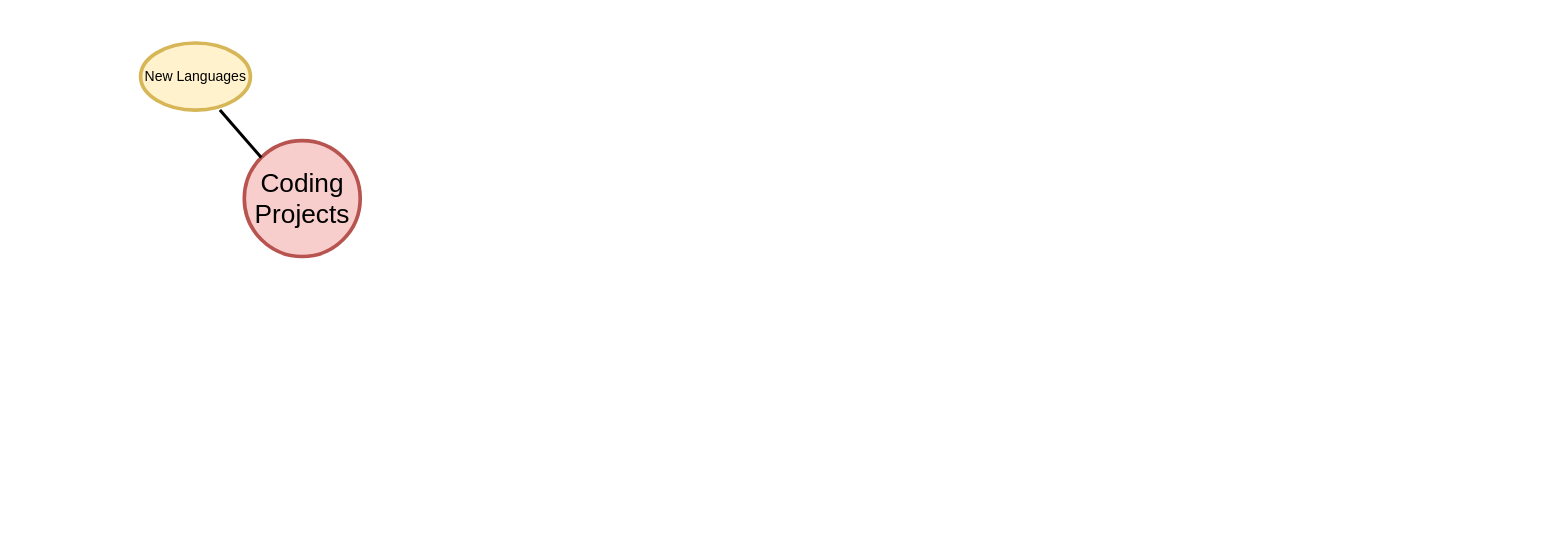
owen-jordan/central-repo keeps this draw.io diagram as Central Diagram.drawio. Above is the earlier version. Source tidied: cells renumbered, new cells numbered last; positions are measured from the earlier drawing's top-left corner, leaving out a move shared by most shapes. Both pictures are drawn from the tidied source at 61%, with x=0, y=0 at pixel (140, 43).
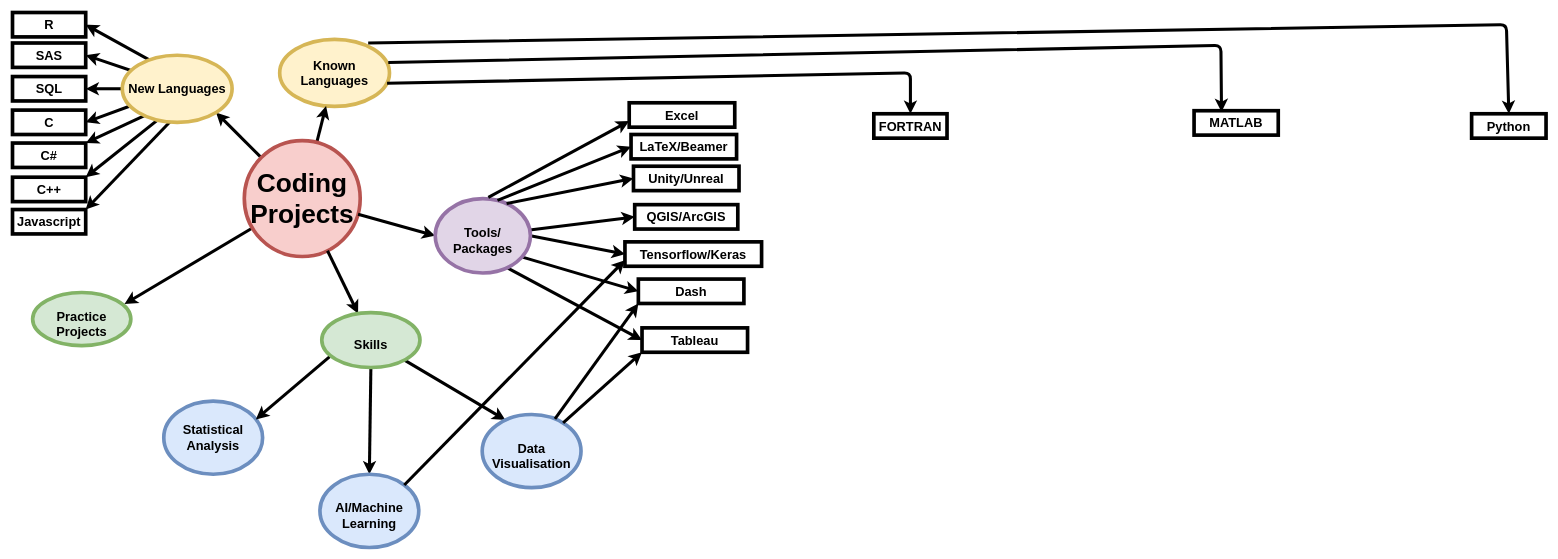
After the change.

Change to the diagram source:
```diff
@@
+    <mxCell id="5" value="&lt;b&gt;&lt;font style=&quot;font-size: 21px&quot;&gt;SAS&lt;/font&gt;&lt;/b&gt;" style="rounded=0;whiteSpace=wrap;html=1;strokeWidth=6;" parent="1" vertex="1">
+      <mxGeometry x="-210" width="120" height="40" as="geometry" />
+    </mxCell>
+    <mxCell id="6" style="endArrow=classic;html=1;strokeWidth=5;entryX=1;entryY=1;entryDx=0;entryDy=0;" parent="1" edge="1" source="2" target="3">
+      <mxGeometry relative="1" as="geometry" />
+    </mxCell>
+    <mxCell id="7" style="endArrow=classic;html=1;strokeWidth=5;exitX=0.194;exitY=0.291;exitDx=0;exitDy=0;entryX=1;entryY=0.5;entryDx=0;entryDy=0;exitPerimeter=0;" parent="1" edge="1" source="3" target="5">
+      <mxGeometry relative="1" as="geometry" />
+    </mxCell>
+    <mxCell id="8" value="&lt;b&gt;&lt;font style=&quot;font-size: 21px&quot;&gt;SQL&lt;/font&gt;&lt;/b&gt;" style="rounded=0;whiteSpace=wrap;html=1;strokeWidth=6;" parent="1" vertex="1">
+      <mxGeometry x="-210" y="55" width="120" height="40" as="geometry" />
+    </mxCell>
+    <mxCell id="9" style="endArrow=classic;html=1;strokeWidth=5;entryX=1;entryY=0.5;entryDx=0;entryDy=0;" parent="1" edge="1" source="3" target="8">
+      <mxGeometry relative="1" as="geometry" />
+    </mxCell>
+    <mxCell id="10" value="&lt;font size=&quot;1&quot;&gt;&lt;b style=&quot;font-size: 21px&quot;&gt;C&lt;/b&gt;&lt;/font&gt;" style="rounded=0;whiteSpace=wrap;html=1;strokeWidth=6;" parent="1" vertex="1">
+      <mxGeometry x="-210" y="110" width="120" height="40" as="geometry" />
+    </mxCell>
+    <mxCell id="11" style="endArrow=classic;html=1;strokeWidth=5;entryX=1;entryY=0.5;entryDx=0;entryDy=0;" parent="1" edge="1" source="3" target="10">
+      <mxGeometry relative="1" as="geometry" />
+    </mxCell>
+    <mxCell id="12" value="&lt;font style=&quot;font-size: 11px&quot;&gt;&lt;b style=&quot;font-size: 21px&quot;&gt;C&lt;/b&gt;&lt;b&gt;&lt;font style=&quot;font-size: 21px&quot;&gt;#&lt;/font&gt;&lt;/b&gt;&lt;/font&gt;" style="rounded=0;whiteSpace=wrap;html=1;strokeWidth=6;" parent="1" vertex="1">
+      <mxGeometry x="-210" y="164" width="120" height="40" as="geometry" />
+    </mxCell>
+    <mxCell id="13" style="endArrow=classic;html=1;strokeWidth=5;entryX=1;entryY=0;entryDx=0;entryDy=0;exitX=0.3;exitY=0.827;exitDx=0;exitDy=0;exitPerimeter=0;" parent="1" edge="1" source="3" target="12">
+      <mxGeometry relative="1" as="geometry" />
+    </mxCell>
+    <mxCell id="14" value="&lt;font style=&quot;font-size: 11px&quot;&gt;&lt;b style=&quot;font-size: 21px&quot;&gt;C&lt;/b&gt;&lt;b&gt;&lt;font style=&quot;font-size: 21px&quot;&gt;++&lt;/font&gt;&lt;/b&gt;&lt;/font&gt;" style="rounded=0;whiteSpace=wrap;html=1;strokeWidth=6;" parent="1" vertex="1">
+      <mxGeometry x="-210" y="220" width="120" height="40" as="geometry" />
+    </mxCell>
+    <mxCell id="15" style="endArrow=classic;html=1;strokeWidth=5;entryX=1;entryY=0;entryDx=0;entryDy=0;exitX=0.406;exitY=0.855;exitDx=0;exitDy=0;exitPerimeter=0;" parent="1" edge="1" source="3" target="14">
+      <mxGeometry relative="1" as="geometry" />
+    </mxCell>
+    <mxCell id="16" value="&lt;b&gt;&lt;font style=&quot;font-size: 21px&quot;&gt;R&lt;/font&gt;&lt;/b&gt;" style="rounded=0;whiteSpace=wrap;html=1;strokeWidth=6;" parent="1" vertex="1">
+      <mxGeometry x="-210" y="-50" width="120" height="40" as="geometry" />
+    </mxCell>
+    <mxCell id="17" style="endArrow=classic;html=1;strokeWidth=5;exitX=0.328;exitY=0.145;exitDx=0;exitDy=0;entryX=1;entryY=0.5;entryDx=0;entryDy=0;exitPerimeter=0;" parent="1" edge="1" source="3">
+      <mxGeometry relative="1" as="geometry">
+        <mxPoint x="-90" y="-30" as="targetPoint" />
+      </mxGeometry>
+    </mxCell>
+    <mxCell id="18" value="&lt;b&gt;&lt;font style=&quot;font-size: 21px&quot;&gt;Javascript&lt;/font&gt;&lt;/b&gt;" style="rounded=0;whiteSpace=wrap;html=1;strokeWidth=6;" parent="1" vertex="1">
+      <mxGeometry x="-210" y="273" width="120" height="40" as="geometry" />
+    </mxCell>
+    <mxCell id="19" style="endArrow=classic;html=1;strokeWidth=5;entryX=1;entryY=0;entryDx=0;entryDy=0;exitX=0.494;exitY=0.891;exitDx=0;exitDy=0;exitPerimeter=0;" parent="1" edge="1" source="3" target="18">
+      <mxGeometry relative="1" as="geometry" />
+    </mxCell>
+    <mxCell id="3" value="&lt;b&gt;&lt;font style=&quot;font-size: 21px&quot;&gt;New Languages&lt;/font&gt;&lt;/b&gt;" style="ellipse;whiteSpace=wrap;html=1;strokeWidth=6;fillColor=#fff2cc;strokeColor=#d6b656;" parent="1" vertex="1">
+      <mxGeometry x="-30" y="20" width="180" height="110" as="geometry" />
+    </mxCell>
+    <mxCell id="20" value="&lt;font size=&quot;1&quot;&gt;&lt;b style=&quot;font-size: 21px&quot;&gt;Known Languages&lt;/b&gt;&lt;/font&gt; " style="ellipse;whiteSpace=wrap;html=1;strokeWidth=6;fillColor=#fff2cc;strokeColor=#d6b656;" parent="1" vertex="1">
+      <mxGeometry x="228" y="-6" width="180" height="110" as="geometry" />
+    </mxCell>
+    <mxCell id="21" style="endArrow=classic;html=1;strokeWidth=5;" parent="1" edge="1" source="2" target="20">
+      <mxGeometry relative="1" as="geometry" />
+    </mxCell>
+    <mxCell id="22" value="&lt;b&gt;&lt;font style=&quot;font-size: 21px&quot;&gt;MATLAB&lt;/font&gt;&lt;/b&gt;" style="rounded=0;whiteSpace=wrap;html=1;strokeWidth=6;" parent="1" vertex="1">
+      <mxGeometry x="1727" y="111" width="138" height="40" as="geometry" />
+    </mxCell>
+    <mxCell id="23" style="endArrow=classic;html=1;strokeWidth=5;exitX=0.989;exitY=0.345;exitDx=0;exitDy=0;entryX=0.326;entryY=0.05;entryDx=0;entryDy=0;exitPerimeter=0;entryPerimeter=0;" parent="1" edge="1" source="20" target="22">
+      <mxGeometry relative="1" as="geometry">
+        <Array as="points">
+          <mxPoint x="1771" y="4" />
+        </Array>
+      </mxGeometry>
+    </mxCell>
+    <mxCell id="24" value="&lt;b&gt;&lt;font style=&quot;font-size: 21px&quot;&gt;FORTRAN&lt;/font&gt;&lt;/b&gt;" style="rounded=0;whiteSpace=wrap;html=1;strokeWidth=6;" parent="1" vertex="1">
+      <mxGeometry x="1202" y="116" width="120" height="40" as="geometry" />
+    </mxCell>
+    <mxCell id="25" style="endArrow=classic;html=1;strokeWidth=5;exitX=0.978;exitY=0.655;exitDx=0;exitDy=0;entryX=0.5;entryY=0;entryDx=0;entryDy=0;exitPerimeter=0;" parent="1" edge="1" source="20" target="24">
+      <mxGeometry relative="1" as="geometry">
+        <Array as="points">
+          <mxPoint x="1262" y="49" />
+        </Array>
+      </mxGeometry>
+    </mxCell>
+    <mxCell id="26" value="&lt;font size=&quot;1&quot;&gt;&lt;b style=&quot;font-size: 21px&quot;&gt;Python&lt;/b&gt;&lt;/font&gt;" style="rounded=0;whiteSpace=wrap;html=1;strokeWidth=6;" parent="1" vertex="1">
+      <mxGeometry x="2182" y="116" width="122" height="40" as="geometry" />
+    </mxCell>
+    <mxCell id="27" style="endArrow=classic;html=1;strokeWidth=5;entryX=0.5;entryY=0;entryDx=0;entryDy=0;exitX=0.806;exitY=0.055;exitDx=0;exitDy=0;exitPerimeter=0;" parent="1" edge="1" source="20" target="26">
+      <mxGeometry relative="1" as="geometry">
+        <Array as="points">
+          <mxPoint x="2239" y="-30" />
+        </Array>
+      </mxGeometry>
+    </mxCell>
+    <mxCell id="28" value="&lt;br&gt;&lt;div&gt;&lt;b&gt;&lt;font style=&quot;font-size: 21px&quot;&gt;Practice&lt;/font&gt;&lt;/b&gt;&lt;/div&gt;&lt;div&gt;&lt;b&gt;&lt;font style=&quot;font-size: 21px&quot;&gt;Projects&lt;/font&gt;&lt;/b&gt;&lt;/div&gt;" style="ellipse;whiteSpace=wrap;html=1;strokeWidth=6;fillColor=#d5e8d4;strokeColor=#82b366;" parent="1" vertex="1">
+      <mxGeometry x="-177" y="409" width="161" height="87" as="geometry" />
+    </mxCell>
+    <mxCell id="29" style="endArrow=classic;html=1;strokeWidth=5;entryX=0.935;entryY=0.218;entryDx=0;entryDy=0;entryPerimeter=0;" parent="1" edge="1" source="2" target="28">
+      <mxGeometry relative="1" as="geometry" />
+    </mxCell>
-    <mxCell id="2" value="&lt;font style=&quot;font-size: 43px&quot;&gt;&lt;font style=&quot;font-size: 43px&quot;&gt;Coding Projects&lt;/font&gt;&lt;br&gt;&lt;/font&gt;" style="ellipse;whiteSpace=wrap;html=1;strokeWidth=6;fillColor=#f8cecc;strokeColor=#b85450;" parent="1" vertex="1">
+    <mxCell id="2" value="&lt;b&gt;&lt;font style=&quot;font-size: 43px&quot;&gt;&lt;font style=&quot;font-size: 43px&quot;&gt;Coding Projects&lt;/font&gt;&lt;br&gt;&lt;/font&gt;&lt;/b&gt;" style="ellipse;whiteSpace=wrap;html=1;strokeWidth=6;fillColor=#f8cecc;strokeColor=#b85450;" parent="1" vertex="1">
       <mxGeometry x="170" y="160" width="190" height="190" as="geometry" />
     </mxCell>
-    <mxCell id="3" value="&lt;font style=&quot;font-size: 23px&quot;&gt;New Languages&lt;/font&gt;" style="ellipse;whiteSpace=wrap;html=1;strokeWidth=6;fillColor=#fff2cc;strokeColor=#d6b656;" parent="1" vertex="1">
-      <mxGeometry width="180" height="110" as="geometry" />
-    </mxCell>
-    <mxCell id="4" style="endArrow=none;html=1;entryX=0;entryY=0;entryDx=0;entryDy=0;strokeWidth=5;" parent="1" edge="1" target="2">
-      <mxGeometry relative="1" as="geometry">
-        <mxPoint x="130" y="110" as="sourcePoint" />
-      </mxGeometry>
-    </mxCell>
+    <mxCell id="30" style="endArrow=classic;html=1;strokeWidth=5;" parent="1" edge="1" source="2" target="50">
+      <mxGeometry relative="1" as="geometry" />
+    </mxCell>
+    <mxCell id="31" style="endArrow=classic;html=1;strokeWidth=5;entryX=0;entryY=0.5;entryDx=0;entryDy=0;" parent="1" edge="1" source="2" target="51">
+      <mxGeometry relative="1" as="geometry" />
+    </mxCell>
+    <mxCell id="32" value="&lt;b&gt;&lt;font style=&quot;font-size: 21px&quot;&gt;Unity/Unreal&lt;/font&gt;&lt;/b&gt;" style="rounded=0;whiteSpace=wrap;html=1;strokeWidth=6;" parent="1" vertex="1">
+      <mxGeometry x="808" y="202" width="173" height="40" as="geometry" />
+    </mxCell>
+    <mxCell id="33" value="&lt;font style=&quot;font-size: 21px&quot;&gt;&lt;b&gt;QGIS/ArcGIS&lt;/b&gt;&lt;/font&gt;" style="rounded=0;whiteSpace=wrap;html=1;strokeWidth=6;" parent="1" vertex="1">
+      <mxGeometry x="810" y="265" width="169" height="40" as="geometry" />
+    </mxCell>
+    <mxCell id="34" style="endArrow=classic;html=1;strokeWidth=5;entryX=0;entryY=0.5;entryDx=0;entryDy=0;" parent="1" edge="1" source="51" target="33">
+      <mxGeometry relative="1" as="geometry" />
+    </mxCell>
+    <mxCell id="35" style="endArrow=classic;html=1;strokeWidth=5;exitX=0.5;exitY=1;exitDx=0;exitDy=0;entryX=0.5;entryY=0;entryDx=0;entryDy=0;" parent="1" edge="1" source="50" target="36">
+      <mxGeometry relative="1" as="geometry" />
+    </mxCell>
+    <mxCell id="36" value="&lt;br&gt;&lt;div&gt;&lt;b&gt;&lt;font style=&quot;font-size: 21px&quot;&gt;AI/Machine Learning&lt;br&gt;&lt;/font&gt;&lt;/b&gt;&lt;/div&gt;" style="ellipse;whiteSpace=wrap;html=1;strokeWidth=6;fillColor=#dae8fc;strokeColor=#6c8ebf;" parent="1" vertex="1">
+      <mxGeometry x="294" y="707" width="162" height="120" as="geometry" />
+    </mxCell>
+    <mxCell id="37" style="endArrow=classic;html=1;strokeWidth=5;entryX=0.235;entryY=0.075;entryDx=0;entryDy=0;entryPerimeter=0;" parent="1" edge="1" source="50" target="38">
+      <mxGeometry relative="1" as="geometry" />
+    </mxCell>
+    <mxCell id="38" value="&lt;br&gt;&lt;div&gt;&lt;b&gt;&lt;font style=&quot;font-size: 21px&quot;&gt;Data Visualisation&lt;br&gt;&lt;/font&gt;&lt;/b&gt;&lt;/div&gt;" style="ellipse;whiteSpace=wrap;html=1;strokeWidth=6;fillColor=#dae8fc;strokeColor=#6c8ebf;" parent="1" vertex="1">
+      <mxGeometry x="560" y="609" width="162" height="120" as="geometry" />
+    </mxCell>
+    <mxCell id="39" value="&lt;b&gt;&lt;font style=&quot;font-size: 21px&quot;&gt;Dash&lt;/font&gt;&lt;/b&gt;" style="rounded=0;whiteSpace=wrap;html=1;strokeWidth=6;" parent="1" vertex="1">
+      <mxGeometry x="816" y="387" width="173" height="40" as="geometry" />
+    </mxCell>
+    <mxCell id="40" style="endArrow=classic;html=1;strokeWidth=5;entryX=0;entryY=1;entryDx=0;entryDy=0;" parent="1" edge="1" source="38" target="39">
+      <mxGeometry relative="1" as="geometry" />
+    </mxCell>
+    <mxCell id="41" value="&lt;b&gt;&lt;font style=&quot;font-size: 21px&quot;&gt;Tableau&lt;/font&gt;&lt;/b&gt;" style="rounded=0;whiteSpace=wrap;html=1;strokeWidth=6;" parent="1" vertex="1">
+      <mxGeometry x="822" y="467" width="173" height="40" as="geometry" />
+    </mxCell>
+    <mxCell id="42" style="endArrow=classic;html=1;strokeWidth=5;entryX=0;entryY=1;entryDx=0;entryDy=0;" parent="1" edge="1" source="38" target="41">
+      <mxGeometry relative="1" as="geometry" />
+    </mxCell>
+    <mxCell id="43" style="endArrow=classic;html=1;strokeWidth=5;exitX=0.763;exitY=0.935;exitDx=0;exitDy=0;entryX=0;entryY=0.5;entryDx=0;entryDy=0;exitPerimeter=0;" parent="1" edge="1" source="51" target="41">
+      <mxGeometry relative="1" as="geometry" />
+    </mxCell>
+    <mxCell id="44" style="endArrow=classic;html=1;strokeWidth=5;entryX=0;entryY=0.5;entryDx=0;entryDy=0;exitX=0.917;exitY=0.787;exitDx=0;exitDy=0;exitPerimeter=0;" parent="1" edge="1" source="51" target="39">
+      <mxGeometry relative="1" as="geometry" />
+    </mxCell>
+    <mxCell id="45" style="endArrow=classic;html=1;strokeWidth=5;exitX=1;exitY=0;exitDx=0;exitDy=0;entryX=0;entryY=0.75;entryDx=0;entryDy=0;" parent="1" edge="1" source="36" target="46">
+      <mxGeometry relative="1" as="geometry" />
+    </mxCell>
+    <mxCell id="46" value="&lt;b&gt;&lt;font style=&quot;font-size: 21px&quot;&gt;Tensorflow/Keras&lt;/font&gt;&lt;/b&gt;" style="rounded=0;whiteSpace=wrap;html=1;strokeWidth=6;" parent="1" vertex="1">
+      <mxGeometry x="794" y="326" width="224" height="40" as="geometry" />
+    </mxCell>
+    <mxCell id="47" style="endArrow=classic;html=1;strokeWidth=5;entryX=0;entryY=0.5;entryDx=0;entryDy=0;exitX=1;exitY=0.5;exitDx=0;exitDy=0;" parent="1" edge="1" source="51" target="46">
+      <mxGeometry relative="1" as="geometry" />
+    </mxCell>
+    <mxCell id="48" value="&lt;b&gt;&lt;font style=&quot;font-size: 21px&quot;&gt;Statistical Analysis&lt;/font&gt;&lt;/b&gt;" style="ellipse;whiteSpace=wrap;html=1;strokeWidth=6;fillColor=#dae8fc;strokeColor=#6c8ebf;" parent="1" vertex="1">
+      <mxGeometry x="38" y="587" width="162" height="120" as="geometry" />
+    </mxCell>
+    <mxCell id="49" style="endArrow=classic;html=1;strokeWidth=5;exitX=0.081;exitY=0.8;exitDx=0;exitDy=0;exitPerimeter=0;entryX=0.932;entryY=0.25;entryDx=0;entryDy=0;entryPerimeter=0;" parent="1" edge="1" source="50" target="48">
+      <mxGeometry relative="1" as="geometry" />
+    </mxCell>
+    <mxCell id="50" value="&lt;br&gt;&lt;div&gt;&lt;b&gt;&lt;font style=&quot;font-size: 21px&quot;&gt;Skills&lt;/font&gt;&lt;/b&gt;&lt;/div&gt;" style="ellipse;whiteSpace=wrap;html=1;strokeWidth=6;fillColor=#d5e8d4;strokeColor=#82b366;" parent="1" vertex="1">
+      <mxGeometry x="297" y="442" width="161" height="90" as="geometry" />
+    </mxCell>
+    <mxCell id="51" value="&lt;br&gt;&lt;div&gt;&lt;b&gt;&lt;font style=&quot;font-size: 21px&quot;&gt;Tools/&lt;/font&gt;&lt;/b&gt;&lt;/div&gt;&lt;div&gt;&lt;b&gt;&lt;font style=&quot;font-size: 21px&quot;&gt;Packages&lt;/font&gt;&lt;/b&gt;&lt;/div&gt;" style="ellipse;whiteSpace=wrap;html=1;strokeWidth=6;fillColor=#e1d5e7;strokeColor=#9673a6;" parent="1" vertex="1">
+      <mxGeometry x="483" y="255" width="156" height="122" as="geometry" />
+    </mxCell>
+    <mxCell id="52" style="endArrow=classic;html=1;strokeWidth=5;exitX=0.75;exitY=0.066;exitDx=0;exitDy=0;exitPerimeter=0;entryX=0;entryY=0.5;entryDx=0;entryDy=0;" parent="1" edge="1" target="32">
+      <mxGeometry relative="1" as="geometry">
+        <mxPoint x="600" y="263.1" as="sourcePoint" />
+      </mxGeometry>
+    </mxCell>
+    <mxCell id="53" style="endArrow=classic;html=1;strokeWidth=5;exitX=0.654;exitY=0.025;exitDx=0;exitDy=0;exitPerimeter=0;entryX=0;entryY=0.5;entryDx=0;entryDy=0;" parent="1" edge="1" source="51" target="54">
+      <mxGeometry relative="1" as="geometry" />
+    </mxCell>
+    <mxCell id="54" value="&lt;font size=&quot;1&quot;&gt;&lt;b style=&quot;font-size: 21px&quot;&gt;LaTeX/Beamer&lt;/b&gt;&lt;/font&gt;" style="rounded=0;whiteSpace=wrap;html=1;strokeWidth=6;" parent="1" vertex="1">
+      <mxGeometry x="804" y="150" width="173" height="40" as="geometry" />
+    </mxCell>
+    <mxCell id="55" value="&lt;b&gt;&lt;font style=&quot;font-size: 21px&quot;&gt;Excel&lt;/font&gt;&lt;/b&gt;" style="rounded=0;whiteSpace=wrap;html=1;strokeWidth=6;" parent="1" vertex="1">
+      <mxGeometry x="801" y="98" width="173" height="40" as="geometry" />
+    </mxCell>
+    <mxCell id="56" style="endArrow=classic;html=1;strokeWidth=5;exitX=0.558;exitY=-0.016;exitDx=0;exitDy=0;exitPerimeter=0;entryX=0;entryY=0.75;entryDx=0;entryDy=0;" parent="1" edge="1" source="51" target="55">
+      <mxGeometry relative="1" as="geometry" />
+    </mxCell>
```
